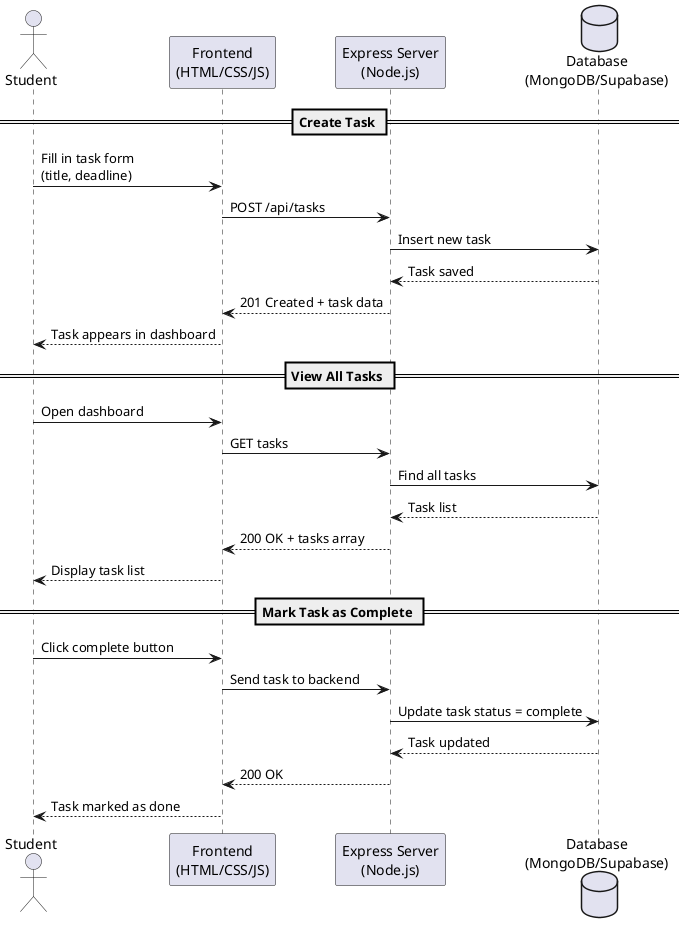
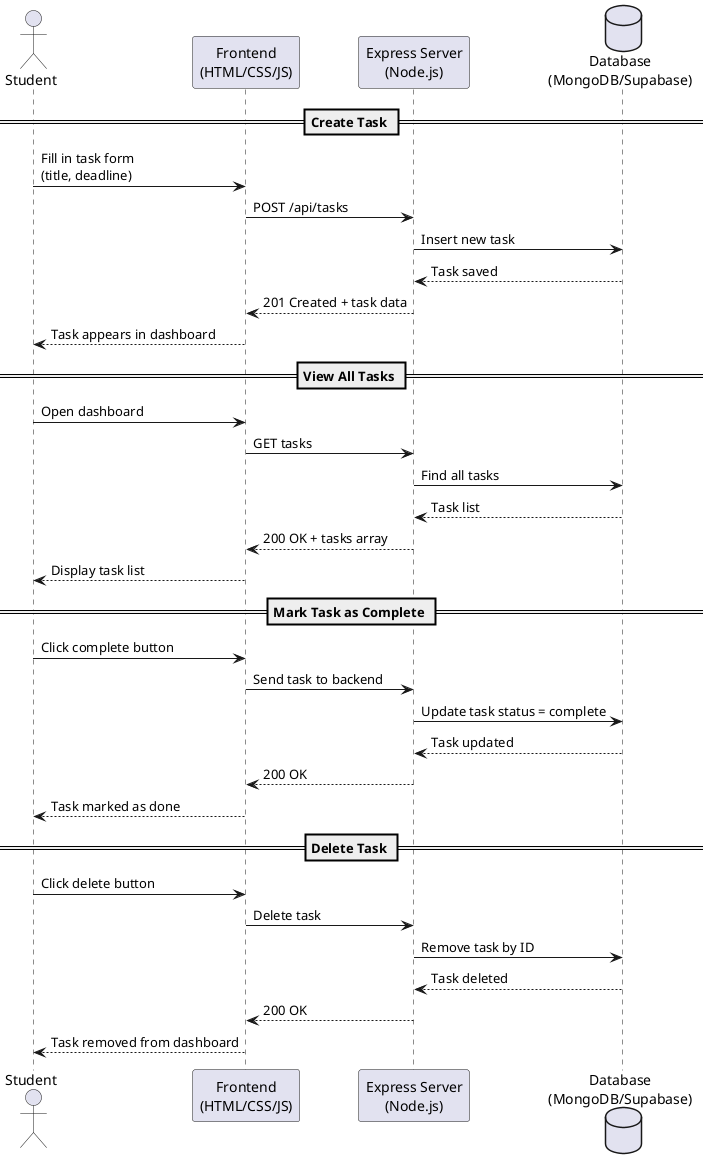
@startuml

actor Student
participant "Frontend\n(HTML/CSS/JS)" as Frontend
participant "Express Server\n(Node.js)" as Backend
database "Database\n(MongoDB/Supabase)" as DB

== Create Task ==
Student -> Frontend: Fill in task form\n(title, deadline)
Frontend -> Backend: POST /api/tasks
Backend -> DB: Insert new task
DB --> Backend: Task saved
Backend --> Frontend: 201 Created + task data
Frontend --> Student: Task appears in dashboard

== View All Tasks ==
Student -> Frontend: Open dashboard
Frontend -> Backend: GET tasks
Backend -> DB: Find all tasks
DB --> Backend: Task list
Backend --> Frontend: 200 OK + tasks array
Frontend --> Student: Display task list

== Mark Task as Complete ==
Student -> Frontend: Click complete button
Frontend -> Backend: Send task to backend
Backend -> DB: Update task status = complete
DB --> Backend: Task updated
Backend --> Frontend: 200 OK
Frontend --> Student: Task marked as done

+ == Delete Task ==
+ Student -> Frontend: Click delete button
+ Frontend -> Backend: Delete task
+ Backend -> DB: Remove task by ID
+ DB --> Backend: Task deleted
+ Backend --> Frontend: 200 OK
+ Frontend --> Student: Task removed from dashboard
+ 
@enduml